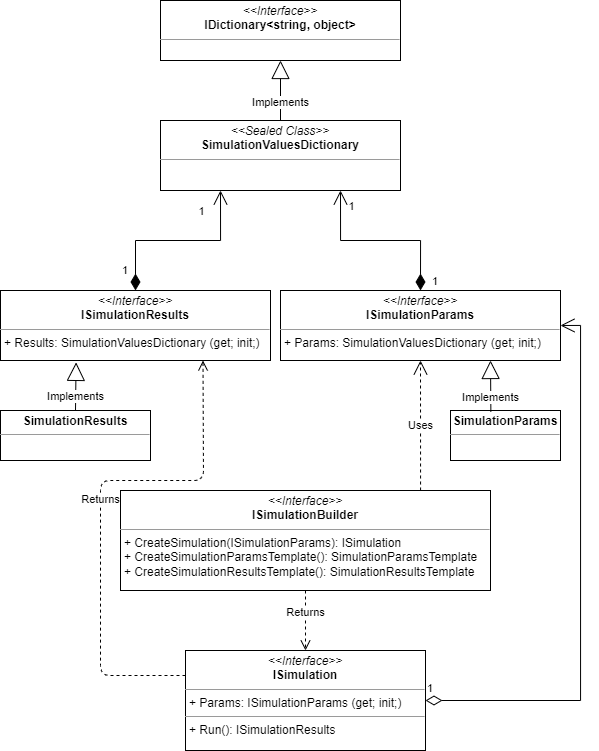
Earlier version of the draw.io export Thesis/Assets/Simulation Standard Main Diagram.png (Varil426/AGH-Simulation-Runner). Source tidied: cells renumbered, new cells last; positions are measured from the earlier drawing's top-left corner, leaving out a move shared by most shapes.
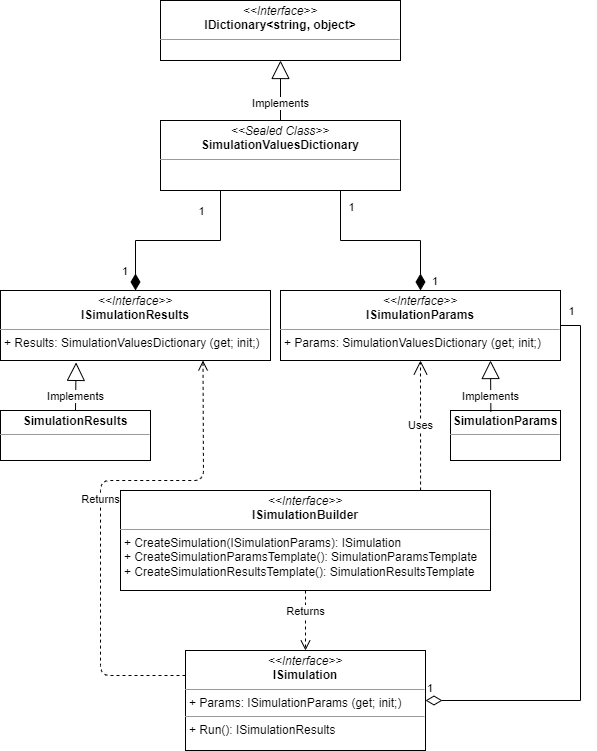
Later version of the same file.

Commit message:
Thesis: Simulation Standard Main Diagram - update

Change to the diagram source:
```diff
@@ -23,7 +23,7 @@
     <mxCell id="8" value="&lt;p style=&quot;margin: 0px ; margin-top: 4px ; text-align: center&quot;&gt;&lt;i&gt;&amp;lt;&amp;lt;Interface&amp;gt;&amp;gt;&lt;/i&gt;&lt;br&gt;&lt;b&gt;ISimulationResults&lt;/b&gt;&lt;br&gt;&lt;/p&gt;&lt;hr size=&quot;1&quot;&gt;&lt;p style=&quot;margin: 0px ; margin-left: 4px&quot;&gt;+ Results: SimulationValuesDictionary (get; init;)&lt;/p&gt;" style="verticalAlign=top;align=left;overflow=fill;fontSize=12;fontFamily=Helvetica;html=1;" parent="1" vertex="1">
       <mxGeometry y="290" width="270" height="70" as="geometry" />
     </mxCell>
-    <mxCell id="9" value="1" style="endArrow=open;html=1;endSize=12;startArrow=diamondThin;startSize=14;startFill=1;edgeStyle=orthogonalEdgeStyle;align=left;verticalAlign=bottom;rounded=0;entryX=0.25;entryY=1;entryDx=0;entryDy=0;exitX=0.5;exitY=0;exitDx=0;exitDy=0;" parent="1" edge="1" source="8" target="4">
+    <mxCell id="9" value="1" style="endArrow=none;html=1;endSize=12;startArrow=diamondThin;startSize=14;startFill=1;edgeStyle=orthogonalEdgeStyle;align=left;verticalAlign=bottom;rounded=0;entryX=0.25;entryY=1;entryDx=0;entryDy=0;exitX=0.5;exitY=0;exitDx=0;exitDy=0;endFill=0;" parent="1" edge="1" source="8" target="4">
       <mxGeometry x="-0.89" y="15" relative="1" as="geometry" />
     </mxCell>
     <mxCell id="10" value="1" style="edgeLabel;html=1;align=center;verticalAlign=middle;" parent="9" vertex="1">
@@ -31,7 +31,7 @@
         <mxPoint x="-22" y="9" as="offset" />
       </mxGeometry>
     </mxCell>
-    <mxCell id="11" value="1" style="endArrow=open;html=1;endSize=12;startArrow=diamondThin;startSize=14;startFill=1;edgeStyle=orthogonalEdgeStyle;align=left;verticalAlign=bottom;rounded=0;entryX=0.75;entryY=1;entryDx=0;entryDy=0;exitX=0.5;exitY=0;exitDx=0;exitDy=0;" parent="1" edge="1" source="7" target="4">
+    <mxCell id="11" value="1" style="endArrow=none;html=1;endSize=12;startArrow=diamondThin;startSize=14;startFill=1;edgeStyle=orthogonalEdgeStyle;align=left;verticalAlign=bottom;rounded=0;entryX=0.75;entryY=1;entryDx=0;entryDy=0;exitX=0.5;exitY=0;exitDx=0;exitDy=0;endFill=0;" parent="1" edge="1" source="7" target="4">
       <mxGeometry x="-1" y="-10" relative="1" as="geometry" />
     </mxCell>
     <mxCell id="12" value="1" style="edgeLabel;html=1;align=center;verticalAlign=middle;" parent="11" vertex="1">
@@ -66,7 +66,7 @@
     <mxCell id="19" value="Uses" style="endArrow=open;endSize=12;dashed=1;html=1;rounded=1;exitX=0.811;exitY=0;exitDx=0;exitDy=0;entryX=0.5;entryY=1;entryDx=0;entryDy=0;exitPerimeter=0;" parent="1" edge="1" source="2" target="7">
       <mxGeometry relative="1" as="geometry" />
     </mxCell>
-    <mxCell id="20" value="1" style="endArrow=open;html=1;endSize=12;startArrow=diamondThin;startSize=14;startFill=0;edgeStyle=orthogonalEdgeStyle;align=left;verticalAlign=bottom;rounded=0;strokeColor=default;exitX=1;exitY=0.5;exitDx=0;exitDy=0;entryX=1;entryY=0.5;entryDx=0;entryDy=0;" parent="1" edge="1" source="3" target="7">
+    <mxCell id="20" value="1" style="endArrow=none;html=1;endSize=12;startArrow=diamondThin;startSize=14;startFill=0;edgeStyle=orthogonalEdgeStyle;align=left;verticalAlign=bottom;rounded=0;strokeColor=default;exitX=1;exitY=0.5;exitDx=0;exitDy=0;entryX=1;entryY=0.5;entryDx=0;entryDy=0;endFill=0;" parent="1" edge="1" source="3" target="7">
       <mxGeometry x="-1" y="3" relative="1" as="geometry">
         <Array as="points">
           <mxPoint x="580" y="700" />
@@ -74,5 +74,10 @@
         </Array>
       </mxGeometry>
     </mxCell>
+    <mxCell id="21" value="1" style="edgeLabel;html=1;align=center;verticalAlign=middle;" parent="20" vertex="1">
+      <mxGeometry x="0.93" y="-2" relative="1" as="geometry">
+        <mxPoint x="-10" y="-13" as="offset" />
+      </mxGeometry>
+    </mxCell>
   </root>
 </mxGraphModel>
```
